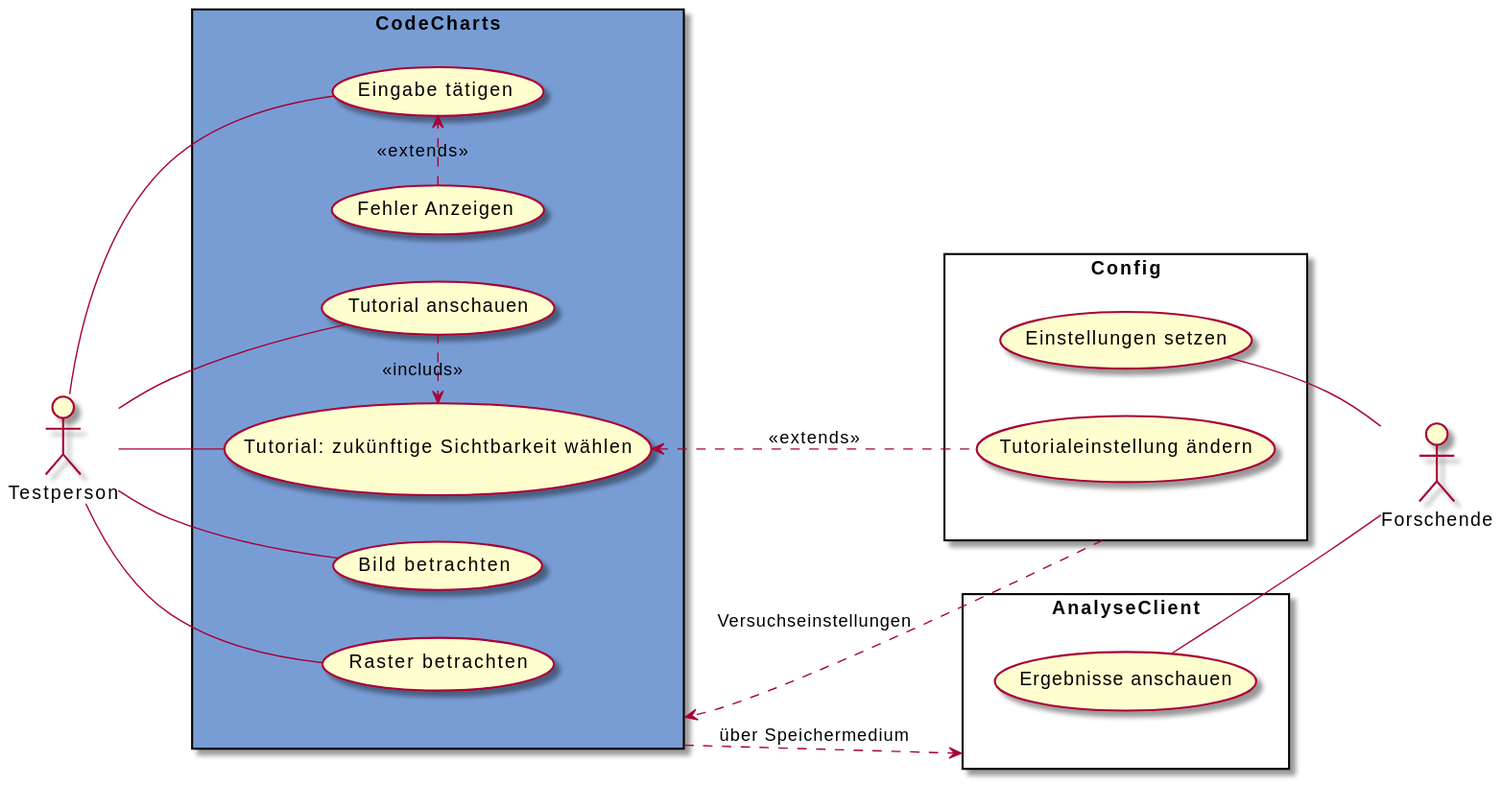
weichware10/meilensteine keeps this PlantUML diagram as meilenstein_05/usecase-CodeCharts/usecase-CodeCharts.svg. Above is the earlier version.
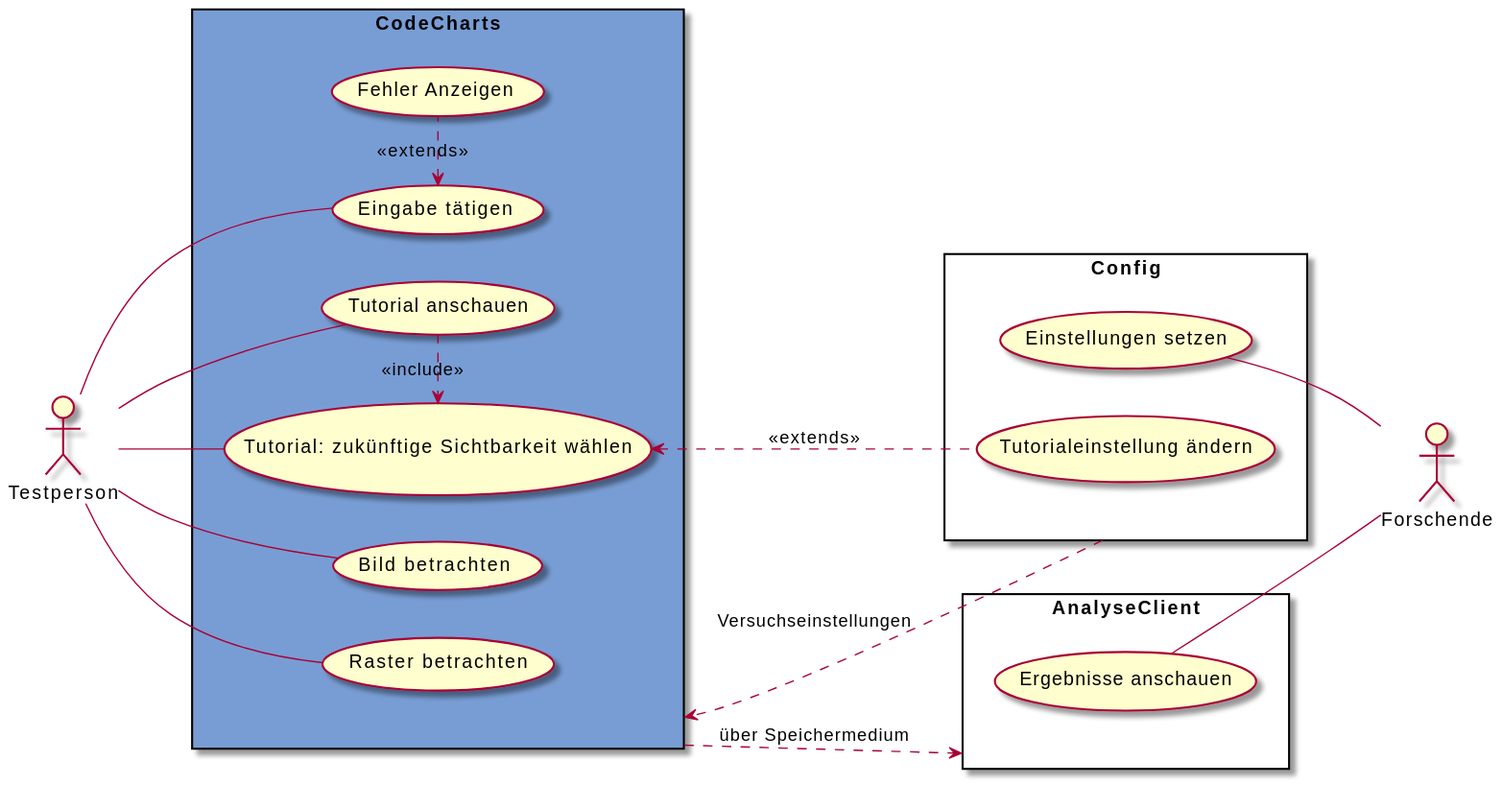
After the change.

Commit message:
rendered SVGs

The edit, as a diff of the source:
```diff
@@ -4,7 +4,7 @@
 actor Testperson as t
 actor Forschende as f
 
-rectangle CodeCharts as z #789dd5 {
+rectangle CodeCharts as z #789dd4 {
     usecase "Tutorial anschauen" as td
     usecase "Tutorial: zukünftige Sichtbarkeit wählen" as tw
     usecase "Bild betrachten" as bb
@@ -12,9 +12,8 @@
     usecase "Eingabe tätigen" as et
     usecase "Fehler Anzeigen" as fa
 
-
-    fa .r.> et : <<extends>>
-    td .r.> tw : <<includs>>
+    fa .l.> et : <<extends>>
+    td .r.> tw : <<include>>
 }
 
 rectangle AnalyseClient as a {
```
